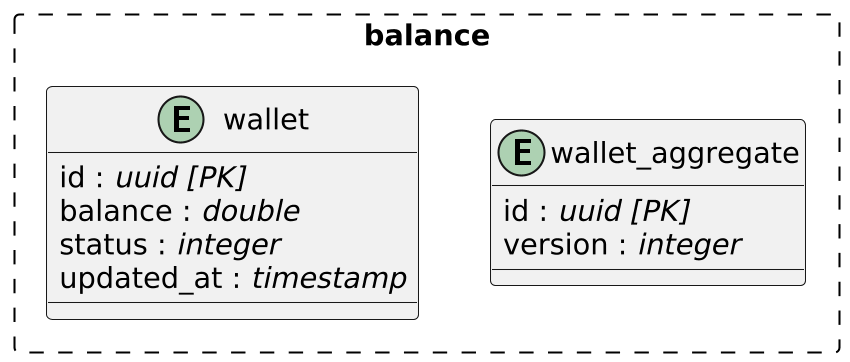
Above: software-docs/entity model/balance_db.png in raj-mistry-01/Event-Driven-Ledger (PlantUML), before the change. The source it was exported from:
```plantuml
@startuml
skinparam linetype ortho
skinparam packageStyle rectangle
scale 850*600

package balance #line.dashed{
entity wallet {
  id : //uuid [PK]//
  balance : //double//
  status : //integer//
  updated_at : //timestamp//
}

entity wallet_aggregate{
    id : //uuid [PK]//
    version : //integer//
}
}
@enduml
```
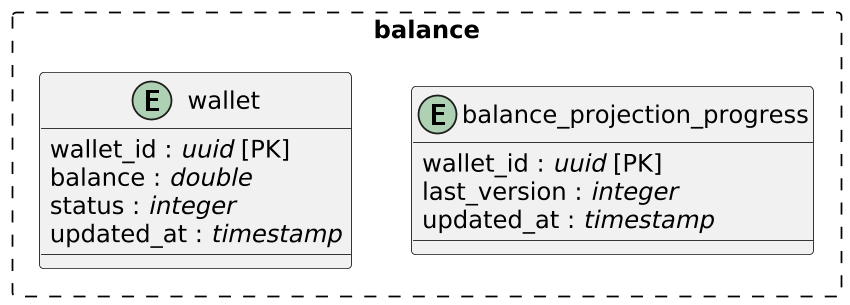
After the change.

Commit message:
Added the postgresql ddl files and entity diagrams for the same

The edit, as a diff of the source:
```diff
@@ -5,15 +5,17 @@
 
 package balance #line.dashed{
 entity wallet {
-  id : //uuid [PK]//
+  wallet_id : //uuid// [PK]
   balance : //double//
   status : //integer//
   updated_at : //timestamp//
 }
 
-entity wallet_aggregate{
-    id : //uuid [PK]//
-    version : //integer//
+entity balance_projection_progress {
+  wallet_id : //uuid// [PK]
+  last_version : //integer//
+  updated_at : //timestamp//
 }
+
 }
 @enduml
```
